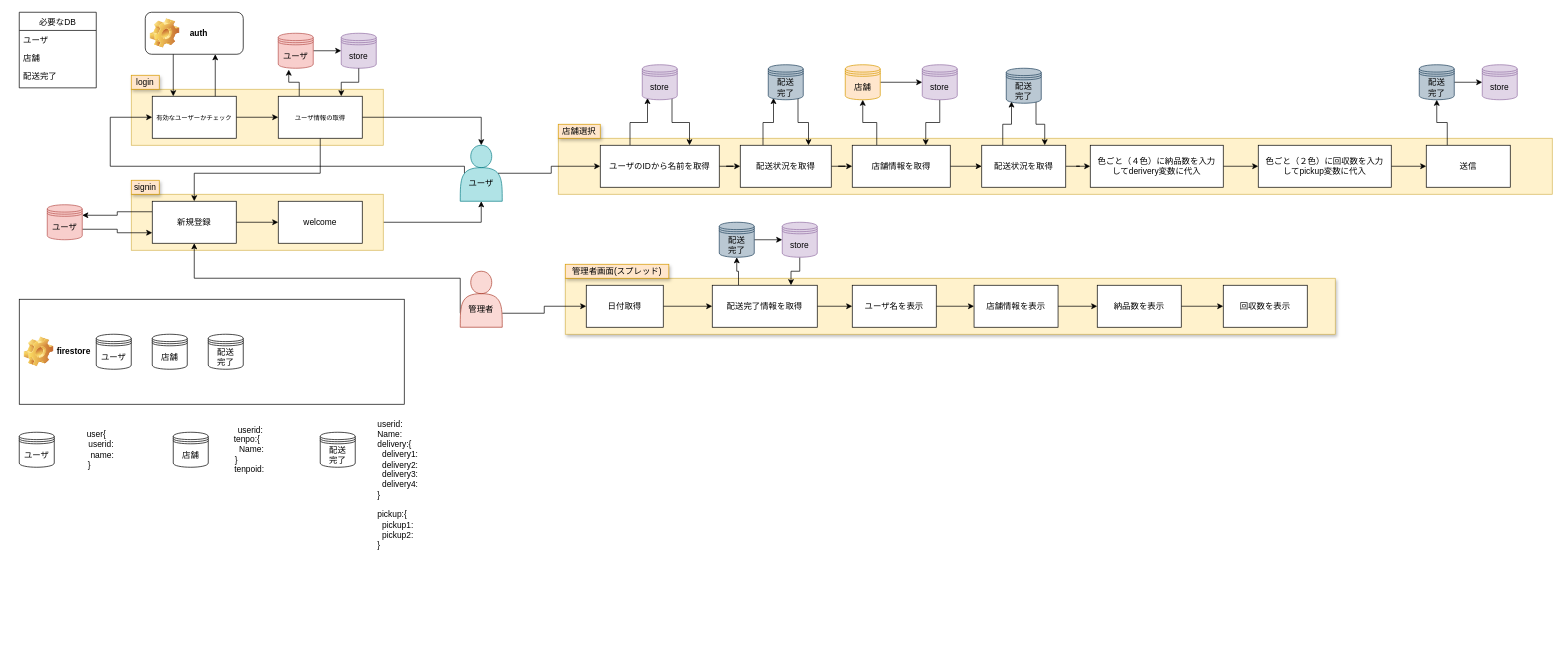
Before: 配送webapp.drawio in ryudai-kana/webapp-draw, a draw.io diagram. Source tidied: cells renumbered, new cells numbered last; positions are measured from the earlier drawing's top-left corner, leaving out a move shared by most shapes. Both pictures are drawn from the tidied source at 70%, with x=0, y=0 at pixel (19, 12).
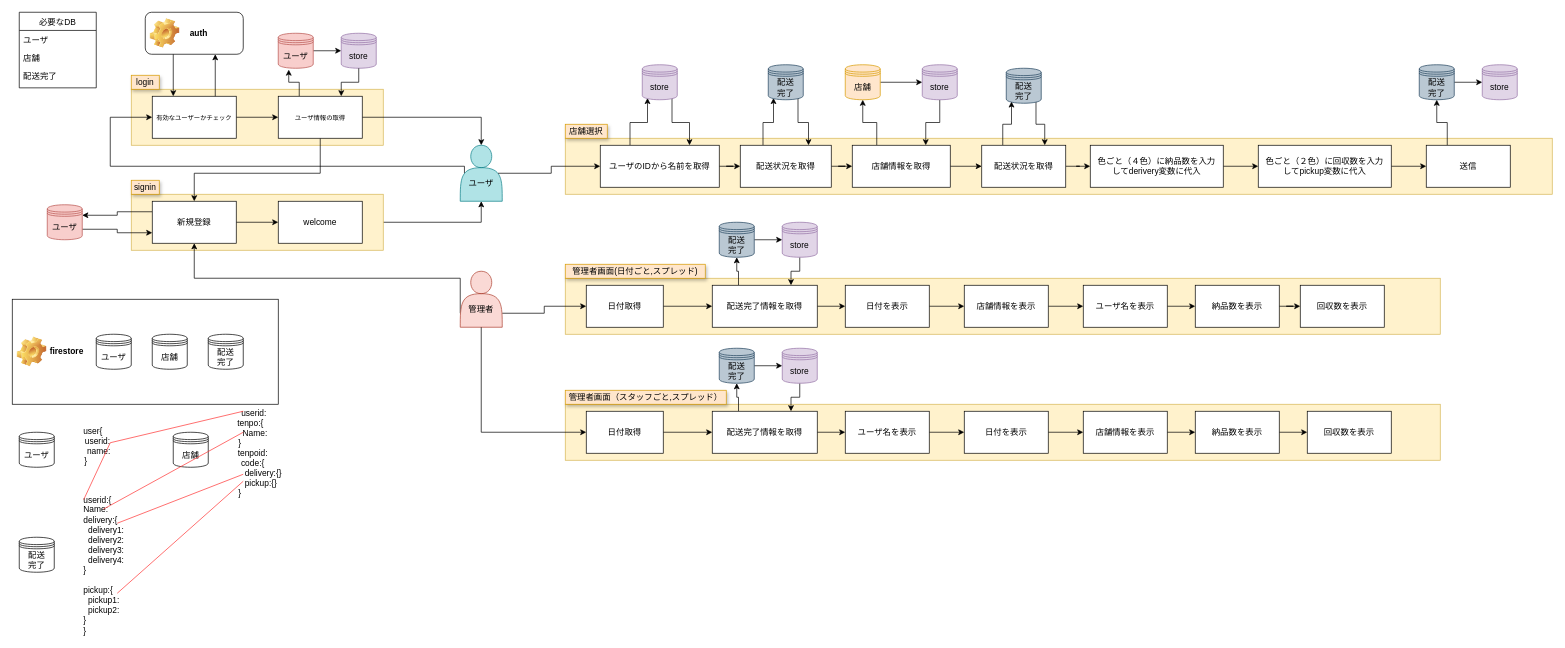
The same diagram, later.

Commit message (it also covers changes not shown here):
配送webapp.drawio を更新します

Unchanged cells that the change refers to:
```xml
<mxCell id="62" value="配送完了情報を取得" style="rounded=0;whiteSpace=wrap;html=1;shadow=0;sketch=0;" parent="1" vertex="1">
  <mxGeometry x="990" y="390" width="150" height="60" as="geometry" />
</mxCell>
<mxCell id="65" value="&lt;br&gt;&lt;br&gt;管理者" style="shape=actor;whiteSpace=wrap;html=1;rounded=0;sketch=0;fillColor=#fad9d5;strokeColor=#ae4132;" parent="1" vertex="1">
  <mxGeometry x="630" y="370" width="60" height="80" as="geometry" />
</mxCell>
```

What changed in the source:
```diff
@@
     <mxCell id="33" style="rounded=0;whiteSpace=wrap;html=1;sketch=0;fillColor=#fff2cc;strokeColor=#d6b656;" parent="1" vertex="1">
-      <mxGeometry x="770" y="180" width="1420" height="80" as="geometry" />
+      <mxGeometry x="780" y="180" width="1410" height="80" as="geometry" />
     </mxCell>
@@
     <mxCell id="38" value="店舗選択" style="text;html=1;strokeColor=#d79b00;fillColor=#ffe6cc;align=center;verticalAlign=middle;whiteSpace=wrap;rounded=0;sketch=0;shadow=1;" parent="1" vertex="1">
-      <mxGeometry x="770" y="160" width="60" height="20" as="geometry" />
+      <mxGeometry x="780" y="160" width="60" height="20" as="geometry" />
     </mxCell>
@@
     <mxCell id="48" value="firestore" style="label;whiteSpace=wrap;html=1;image=img/clipart/Gear_128x128.png;rounded=0;sketch=0;" parent="1" vertex="1">
-      <mxGeometry y="410" width="550" height="150" as="geometry" />
+      <mxGeometry x="-10" y="410" width="380" height="150" as="geometry" />
     </mxCell>
@@
-    <mxCell id="57" style="rounded=0;whiteSpace=wrap;html=1;shadow=1;sketch=0;fillColor=#fff2cc;strokeColor=#d6b656;" parent="1" vertex="1">
-      <mxGeometry x="780" y="380" width="1100" height="80" as="geometry" />
+    <mxCell id="57" style="rounded=0;whiteSpace=wrap;html=1;shadow=0;sketch=0;fillColor=#fff2cc;strokeColor=#d6b656;" parent="1" vertex="1">
+      <mxGeometry x="780" y="380" width="1250" height="80" as="geometry" />
     </mxCell>
@@
-    <mxCell id="61" style="edgeStyle=orthogonalEdgeStyle;rounded=0;jettySize=auto;html=1;" parent="1" edge="1" source="62" target="97">
-      <mxGeometry relative="1" as="geometry" />
-    </mxCell>
+    <mxCell id="98" style="edgeStyle=orthogonalEdgeStyle;rounded=0;jettySize=auto;html=1;strokeColor=#000000;" parent="1" edge="1" source="62" target="109">
+      <mxGeometry relative="1" as="geometry" />
+    </mxCell>
@@
-    <mxCell id="66" style="edgeStyle=orthogonalEdgeStyle;rounded=0;sketch=0;jettySize=auto;html=1;" parent="1" edge="1" source="67" target="70">
-      <mxGeometry relative="1" as="geometry" />
-    </mxCell>
+    <mxCell id="99" style="edgeStyle=orthogonalEdgeStyle;rounded=0;jettySize=auto;html=1;strokeColor=#000000;" parent="1" edge="1" source="67" target="97">
+      <mxGeometry relative="1" as="geometry" />
+    </mxCell>
     <mxCell id="67" value="店舗情報を表示" style="rounded=0;whiteSpace=wrap;html=1;shadow=0;sketch=0;" parent="1" vertex="1">
-      <mxGeometry x="1364" y="390" width="120" height="60" as="geometry" />
+      <mxGeometry x="1350" y="390" width="120" height="60" as="geometry" />
     </mxCell>
-    <mxCell id="68" value="管理者画面(スプレッド)" style="text;html=1;strokeColor=#d79b00;fillColor=#ffe6cc;align=center;verticalAlign=middle;whiteSpace=wrap;rounded=0;sketch=0;shadow=1;" parent="1" vertex="1">
-      <mxGeometry x="780" y="360" width="148" height="20" as="geometry" />
+    <mxCell id="68" value="管理者画面(日付ごと,スプレッド)" style="text;html=1;strokeColor=#d79b00;fillColor=#ffe6cc;align=center;verticalAlign=middle;whiteSpace=wrap;rounded=0;sketch=0;shadow=1;" parent="1" vertex="1">
+      <mxGeometry x="780" y="360" width="200" height="20" as="geometry" />
     </mxCell>
@@
     <mxCell id="70" value="納品数を表示" style="rounded=0;whiteSpace=wrap;html=1;shadow=0;sketch=0;" parent="1" vertex="1">
-      <mxGeometry x="1540" y="390" width="120" height="60" as="geometry" />
+      <mxGeometry x="1680" y="390" width="120" height="60" as="geometry" />
     </mxCell>
     <mxCell id="71" value="回収数を表示" style="rounded=0;whiteSpace=wrap;html=1;shadow=0;sketch=0;" parent="1" vertex="1">
-      <mxGeometry x="1720" y="390" width="120" height="60" as="geometry" />
+      <mxGeometry x="1830" y="390" width="120" height="60" as="geometry" />
     </mxCell>
@@
     <mxCell id="80" value="&amp;nbsp; &amp;nbsp; &amp;nbsp; user{&lt;br&gt;&amp;nbsp; &amp;nbsp; &amp;nbsp; &amp;nbsp; &amp;nbsp; userid:&lt;br&gt;&amp;nbsp; &amp;nbsp; &amp;nbsp; &amp;nbsp; &amp;nbsp; &amp;nbsp;name:&lt;br&gt;}" style="text;html=1;align=center;verticalAlign=middle;" parent="1" vertex="1">
-      <mxGeometry x="55" y="595" width="90" height="60" as="geometry" />
+      <mxGeometry x="50" y="590" width="90" height="60" as="geometry" />
     </mxCell>
@@
-    <mxCell id="82" value="&amp;nbsp; &amp;nbsp; &amp;nbsp; &amp;nbsp; &amp;nbsp; &amp;nbsp; &amp;nbsp; &amp;nbsp; &amp;nbsp;userid: &amp;nbsp; &amp;nbsp;&amp;nbsp;&lt;br&gt;&amp;nbsp; &amp;nbsp; &amp;nbsp; &amp;nbsp; &amp;nbsp;tenpo:{&lt;br&gt;&amp;nbsp; &amp;nbsp; &amp;nbsp; &amp;nbsp; &amp;nbsp; &amp;nbsp; &amp;nbsp;Name:&lt;br&gt;}&lt;br&gt;&amp;nbsp; &amp;nbsp; &amp;nbsp; &amp;nbsp; &amp;nbsp; &amp;nbsp;tenpoid:" style="text;html=1;align=center;verticalAlign=middle;points=[];" parent="1" vertex="1">
-      <mxGeometry x="250" y="585" width="120" height="80" as="geometry" />
+    <mxCell id="82" value="&amp;nbsp; &amp;nbsp; &amp;nbsp; &amp;nbsp; &amp;nbsp; &amp;nbsp; &amp;nbsp; &amp;nbsp; &amp;nbsp;userid: &amp;nbsp; &amp;nbsp;&amp;nbsp;&lt;br&gt;&amp;nbsp; &amp;nbsp; &amp;nbsp; &amp;nbsp; &amp;nbsp;tenpo:{&lt;br&gt;&amp;nbsp; &amp;nbsp; &amp;nbsp; &amp;nbsp; &amp;nbsp; &amp;nbsp; &amp;nbsp;Name:&lt;br&gt;}&lt;br&gt;&amp;nbsp; &amp;nbsp; &amp;nbsp; &amp;nbsp; &amp;nbsp; &amp;nbsp;tenpoid:&lt;br&gt;&amp;nbsp; &amp;nbsp; &amp;nbsp; &amp;nbsp; &amp;nbsp; &amp;nbsp;code:{&lt;br&gt;&amp;nbsp; &amp;nbsp; &amp;nbsp; &amp;nbsp; &amp;nbsp; &amp;nbsp; &amp;nbsp; &amp;nbsp; &amp;nbsp; &amp;nbsp; delivery:{}&lt;br&gt;&amp;nbsp; &amp;nbsp; &amp;nbsp; &amp;nbsp; &amp;nbsp; &amp;nbsp; &amp;nbsp; &amp;nbsp; &amp;nbsp; pickup:{}&lt;br&gt;}" style="text;html=1;align=center;verticalAlign=middle;points=[];" parent="1" vertex="1">
+      <mxGeometry x="250" y="565" width="130" height="130" as="geometry" />
     </mxCell>
@@
     <mxCell id="84" value="配送&lt;br&gt;完了" style="shape=datastore;whiteSpace=wrap;html=1;" parent="1" vertex="1">
-      <mxGeometry x="430" y="600" width="50" height="50" as="geometry" />
+      <mxGeometry y="750" width="50" height="50" as="geometry" />
     </mxCell>
-    <mxCell id="85" value="userid:&lt;br&gt;Name:&lt;br&gt;delivery:{&lt;br&gt;&amp;nbsp; delivery1:&lt;br&gt;&amp;nbsp; delivery2:&lt;br&gt;&amp;nbsp; delivery3:&lt;br&gt;&amp;nbsp; delivery4:&lt;br&gt;}&lt;br&gt;&lt;br&gt;pickup:{&lt;br&gt;&amp;nbsp; pickup1:&lt;br&gt;&amp;nbsp; pickup2:&lt;br&gt;}" style="text;html=1;align=left;verticalAlign=middle;points=[];" parent="1" vertex="1">
-      <mxGeometry x="510" y="580" width="70" height="190" as="geometry" />
+    <mxCell id="85" value="userid:{&lt;br&gt;Name:&lt;br&gt;delivery:{&lt;br&gt;&amp;nbsp; delivery1:&lt;br&gt;&amp;nbsp; delivery2:&lt;br&gt;&amp;nbsp; delivery3:&lt;br&gt;&amp;nbsp; delivery4:&lt;br&gt;}&lt;br&gt;&lt;br&gt;pickup:{&lt;br&gt;&amp;nbsp; pickup1:&lt;br&gt;&amp;nbsp; pickup2:&lt;br&gt;}&lt;br&gt;}" style="text;html=1;align=left;verticalAlign=middle;points=[];" parent="1" vertex="1">
+      <mxGeometry x="90" y="690" width="70" height="200" as="geometry" />
     </mxCell>
@@
-    <mxCell id="96" style="edgeStyle=orthogonalEdgeStyle;rounded=0;jettySize=auto;html=1;" parent="1" edge="1" source="97" target="67">
-      <mxGeometry relative="1" as="geometry" />
-    </mxCell>
+    <mxCell id="100" style="edgeStyle=orthogonalEdgeStyle;rounded=0;jettySize=auto;html=1;strokeColor=#000000;" parent="1" edge="1" source="97" target="70">
+      <mxGeometry relative="1" as="geometry" />
+    </mxCell>
     <mxCell id="97" value="ユーザ名を表示" style="whiteSpace=wrap;html=1;" parent="1" vertex="1">
-      <mxGeometry x="1190" y="390" width="120" height="60" as="geometry" />
+      <mxGeometry x="1520" y="390" width="120" height="60" as="geometry" />
     </mxCell>
+    <mxCell id="101" style="endArrow=none;html=1;entryX=0.029;entryY=0.032;entryDx=0;entryDy=0;entryPerimeter=0;strokeColor=#FF3333;" parent="1" edge="1" target="85">
+      <mxGeometry relative="1" as="geometry">
+        <mxPoint x="130" y="615" as="sourcePoint" />
+      </mxGeometry>
+    </mxCell>
+    <mxCell id="102" style="endArrow=none;html=1;strokeColor=#FF3333;" parent="1" edge="1">
+      <mxGeometry relative="1" as="geometry">
+        <mxPoint x="130" y="615" as="sourcePoint" />
+        <mxPoint x="320" y="570" as="targetPoint" />
+      </mxGeometry>
+    </mxCell>
+    <mxCell id="103" style="endArrow=none;html=1;strokeColor=#FF3333;entryX=0.538;entryY=0.808;entryDx=0;entryDy=0;entryPerimeter=0;" parent="1" edge="1" target="82">
+      <mxGeometry relative="1" as="geometry">
+        <mxPoint x="140" y="830" as="sourcePoint" />
+        <Array as="points">
+          <mxPoint x="140" y="830" />
+        </Array>
+      </mxGeometry>
+    </mxCell>
+    <mxCell id="104" style="endArrow=none;html=1;strokeColor=#FF3333;entryX=0.538;entryY=0.731;entryDx=0;entryDy=0;entryPerimeter=0;" parent="1" edge="1" target="82">
+      <mxGeometry relative="1" as="geometry">
+        <mxPoint x="140" y="730" as="sourcePoint" />
+      </mxGeometry>
+    </mxCell>
+    <mxCell id="105" style="endArrow=none;html=1;strokeColor=#FF3333;" parent="1" edge="1">
+      <mxGeometry relative="1" as="geometry">
+        <mxPoint x="120" y="710" as="sourcePoint" />
+        <mxPoint x="320" y="600" as="targetPoint" />
+      </mxGeometry>
+    </mxCell>
+    <mxCell id="106" style="rounded=0;whiteSpace=wrap;html=1;shadow=0;sketch=0;fillColor=#fff2cc;strokeColor=#d6b656;" parent="1" vertex="1">
+      <mxGeometry x="780" y="560" width="1250" height="80" as="geometry" />
+    </mxCell>
+    <mxCell id="107" value="管理者画面（スタッフごと,スプレッド）" style="text;html=1;strokeColor=#d79b00;fillColor=#ffe6cc;align=center;verticalAlign=middle;whiteSpace=wrap;rounded=0;shadow=1;" parent="1" vertex="1">
+      <mxGeometry x="780" y="540" width="230" height="20" as="geometry" />
+    </mxCell>
+    <mxCell id="108" style="edgeStyle=orthogonalEdgeStyle;rounded=0;jettySize=auto;html=1;strokeColor=#000000;" parent="1" edge="1" source="109" target="67">
+      <mxGeometry relative="1" as="geometry" />
+    </mxCell>
+    <mxCell id="109" value="日付を表示" style="rounded=0;whiteSpace=wrap;html=1;shadow=0;" parent="1" vertex="1">
+      <mxGeometry x="1180" y="390" width="120" height="60" as="geometry" />
+    </mxCell>
+    <mxCell id="110" style="edgeStyle=orthogonalEdgeStyle;rounded=0;jettySize=auto;html=1;strokeColor=#000000;" parent="1" edge="1" source="111" target="115">
+      <mxGeometry relative="1" as="geometry" />
+    </mxCell>
+    <mxCell id="111" value="日付取得" style="rounded=0;whiteSpace=wrap;html=1;shadow=0;sketch=0;" parent="1" vertex="1">
+      <mxGeometry x="810" y="570" width="110" height="60" as="geometry" />
+    </mxCell>
+    <mxCell id="112" style="edgeStyle=orthogonalEdgeStyle;rounded=0;jettySize=auto;html=1;exitX=0.5;exitY=1;exitDx=0;exitDy=0;entryX=0;entryY=0.5;entryDx=0;entryDy=0;strokeColor=#000000;" parent="1" edge="1" source="65" target="111">
+      <mxGeometry relative="1" as="geometry">
+        <Array as="points">
+          <mxPoint x="660" y="600" />
+        </Array>
+      </mxGeometry>
+    </mxCell>
+    <mxCell id="113" style="edgeStyle=orthogonalEdgeStyle;rounded=0;jettySize=auto;html=1;strokeColor=#000000;" parent="1" edge="1" source="115" target="117">
+      <mxGeometry relative="1" as="geometry" />
+    </mxCell>
+    <mxCell id="114" style="edgeStyle=orthogonalEdgeStyle;rounded=0;jettySize=auto;html=1;exitX=0.25;exitY=0;exitDx=0;exitDy=0;entryX=0.5;entryY=1;entryDx=0;entryDy=0;strokeColor=#000000;" parent="1" edge="1" source="115" target="126">
+      <mxGeometry relative="1" as="geometry" />
+    </mxCell>
+    <mxCell id="115" value="配送完了情報を取得" style="rounded=0;whiteSpace=wrap;html=1;shadow=0;sketch=0;" parent="1" vertex="1">
+      <mxGeometry x="990" y="570" width="150" height="60" as="geometry" />
+    </mxCell>
+    <mxCell id="116" style="edgeStyle=orthogonalEdgeStyle;rounded=0;jettySize=auto;html=1;strokeColor=#000000;" parent="1" edge="1" source="117" target="119">
+      <mxGeometry relative="1" as="geometry" />
+    </mxCell>
+    <mxCell id="117" value="ユーザ名を表示" style="whiteSpace=wrap;html=1;" parent="1" vertex="1">
+      <mxGeometry x="1180" y="570" width="120" height="60" as="geometry" />
+    </mxCell>
+    <mxCell id="118" style="edgeStyle=orthogonalEdgeStyle;rounded=0;jettySize=auto;html=1;strokeColor=#000000;" parent="1" edge="1" source="119" target="121">
+      <mxGeometry relative="1" as="geometry" />
+    </mxCell>
+    <mxCell id="119" value="日付を表示" style="rounded=0;whiteSpace=wrap;html=1;shadow=0;" parent="1" vertex="1">
+      <mxGeometry x="1350" y="570" width="120" height="60" as="geometry" />
+    </mxCell>
+    <mxCell id="120" style="edgeStyle=orthogonalEdgeStyle;rounded=0;jettySize=auto;html=1;strokeColor=#000000;" parent="1" edge="1" source="121" target="123">
+      <mxGeometry relative="1" as="geometry" />
+    </mxCell>
+    <mxCell id="121" value="店舗情報を表示" style="rounded=0;whiteSpace=wrap;html=1;shadow=0;sketch=0;" parent="1" vertex="1">
+      <mxGeometry x="1520" y="570" width="120" height="60" as="geometry" />
+    </mxCell>
+    <mxCell id="122" style="edgeStyle=orthogonalEdgeStyle;rounded=0;jettySize=auto;html=1;strokeColor=#000000;" parent="1" edge="1" source="123" target="124">
+      <mxGeometry relative="1" as="geometry" />
+    </mxCell>
+    <mxCell id="123" value="納品数を表示" style="rounded=0;whiteSpace=wrap;html=1;shadow=0;sketch=0;" parent="1" vertex="1">
+      <mxGeometry x="1680" y="570" width="120" height="60" as="geometry" />
+    </mxCell>
+    <mxCell id="124" value="回収数を表示" style="rounded=0;whiteSpace=wrap;html=1;shadow=0;sketch=0;" parent="1" vertex="1">
+      <mxGeometry x="1840" y="570" width="120" height="60" as="geometry" />
+    </mxCell>
+    <mxCell id="125" style="edgeStyle=orthogonalEdgeStyle;rounded=0;jettySize=auto;html=1;strokeColor=#000000;" parent="1" edge="1" source="126" target="128">
+      <mxGeometry relative="1" as="geometry" />
+    </mxCell>
+    <mxCell id="126" value="配送&lt;br&gt;完了" style="shape=datastore;whiteSpace=wrap;html=1;fillColor=#bac8d3;strokeColor=#23445d;" parent="1" vertex="1">
+      <mxGeometry x="1000" y="480" width="50" height="50" as="geometry" />
+    </mxCell>
+    <mxCell id="127" style="edgeStyle=orthogonalEdgeStyle;rounded=0;jettySize=auto;html=1;exitX=0.5;exitY=1;exitDx=0;exitDy=0;entryX=0.75;entryY=0;entryDx=0;entryDy=0;strokeColor=#000000;" parent="1" edge="1" source="128" target="115">
+      <mxGeometry relative="1" as="geometry" />
+    </mxCell>
+    <mxCell id="128" value="store" style="shape=datastore;whiteSpace=wrap;html=1;fillColor=#e1d5e7;strokeColor=#9673a6;" parent="1" vertex="1">
+      <mxGeometry x="1090" y="480" width="50" height="50" as="geometry" />
+    </mxCell>
```
